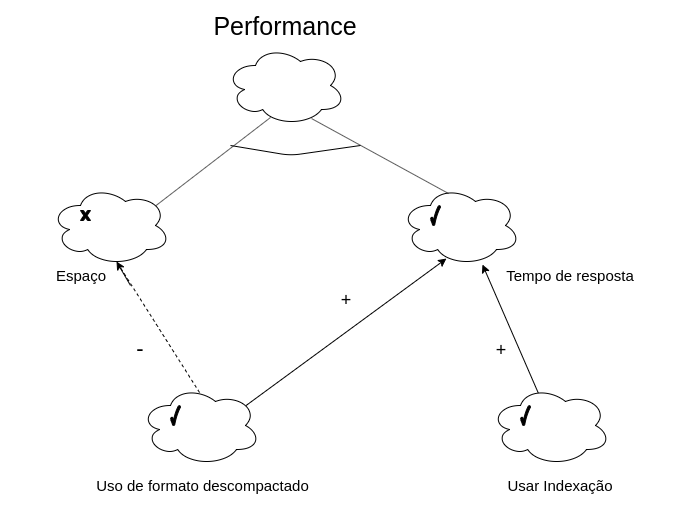
Above: twitter_docs/modelagem/NFR/images/NFR-Performance.png in me42th/2019.2-Twitter (draw.io), before the change. Source tidied: cells renumbered, new cells last; positions are measured from the earlier drawing's top-left corner, leaving out a move shared by most shapes. Source of this version:
```xml
<mxGraphModel>
  <root>
    <mxCell id="0" />
    <mxCell id="1" parent="0" />
    <mxCell id="2" style="rounded=0;whiteSpace=wrap;html=1;fillColor=#FFFFFF;fontSize=30;fontColor=#FFFFFF;strokeColor=#FFFFFF;" parent="1" vertex="1">
      <mxGeometry x="10" width="670" height="530" as="geometry" />
    </mxCell>
    <mxCell id="3" style="ellipse;shape=cloud;whiteSpace=wrap;html=1;" parent="1" vertex="1">
      <mxGeometry x="225" y="45" width="120" height="80" as="geometry" />
    </mxCell>
    <mxCell id="4" style="ellipse;shape=cloud;whiteSpace=wrap;html=1;" parent="1" vertex="1">
      <mxGeometry x="50" y="185" width="120" height="80" as="geometry" />
    </mxCell>
    <mxCell id="5" style="ellipse;shape=cloud;whiteSpace=wrap;html=1;" parent="1" vertex="1">
      <mxGeometry x="400" y="185" width="120" height="80" as="geometry" />
    </mxCell>
    <mxCell id="6" style="ellipse;shape=cloud;whiteSpace=wrap;html=1;" parent="1" vertex="1">
      <mxGeometry x="140" y="385" width="120" height="80" as="geometry" />
    </mxCell>
    <mxCell id="7" value="Performance" style="text;html=1;strokeColor=none;fillColor=none;align=center;verticalAlign=middle;whiteSpace=wrap;rounded=0;fontSize=25;" parent="1" vertex="1">
      <mxGeometry x="140" y="15" width="290" height="20" as="geometry" />
    </mxCell>
    <mxCell id="8" value="Tempo de resposta" style="text;html=1;strokeColor=none;fillColor=none;align=center;verticalAlign=middle;whiteSpace=wrap;rounded=0;fontSize=15;" parent="1" vertex="1">
      <mxGeometry x="490" y="265" width="160" height="20" as="geometry" />
    </mxCell>
    <mxCell id="9" value="Espaço" style="text;html=1;strokeColor=none;fillColor=none;align=center;verticalAlign=middle;whiteSpace=wrap;rounded=0;fontSize=15;" parent="1" vertex="1">
      <mxGeometry y="265" width="160" height="20" as="geometry" />
    </mxCell>
    <mxCell id="10" value="Uso de formato descompactado" style="text;html=1;strokeColor=none;fillColor=none;align=center;verticalAlign=middle;whiteSpace=wrap;rounded=0;fontSize=15;" parent="1" vertex="1">
      <mxGeometry x="90" y="475" width="225" height="20" as="geometry" />
    </mxCell>
    <mxCell id="11" value="Usar Indexação" style="text;html=1;strokeColor=none;fillColor=none;align=center;verticalAlign=middle;whiteSpace=wrap;rounded=0;fontSize=15;" parent="1" vertex="1">
      <mxGeometry x="480" y="475" width="160" height="20" as="geometry" />
    </mxCell>
    <mxCell id="12" style="endArrow=none;html=1;fontSize=22;exitX=0.88;exitY=0.25;exitDx=0;exitDy=0;exitPerimeter=0;" parent="1" edge="1" source="4">
      <mxGeometry relative="1" as="geometry">
        <mxPoint x="270" y="117" as="targetPoint" />
      </mxGeometry>
    </mxCell>
    <mxCell id="13" style="endArrow=none;html=1;fontSize=22;entryX=0.717;entryY=0.913;entryDx=0;entryDy=0;entryPerimeter=0;exitX=0.4;exitY=0.1;exitDx=0;exitDy=0;exitPerimeter=0;" parent="1" edge="1" source="5" target="3">
      <mxGeometry relative="1" as="geometry" />
    </mxCell>
    <mxCell id="14" style="endArrow=none;html=1;fontSize=22;" parent="1" edge="1">
      <mxGeometry relative="1" as="geometry">
        <mxPoint x="230" y="145" as="sourcePoint" />
        <mxPoint x="360" y="145" as="targetPoint" />
        <Array as="points">
          <mxPoint x="290" y="155" />
        </Array>
      </mxGeometry>
    </mxCell>
    <mxCell id="15" style="endArrow=none;dashed=1;html=1;fontSize=22;exitX=0.492;exitY=0.088;exitDx=0;exitDy=0;exitPerimeter=0;entryX=0.55;entryY=0.95;entryDx=0;entryDy=0;entryPerimeter=0;" parent="1" edge="1" source="6" target="4">
      <mxGeometry relative="1" as="geometry" />
    </mxCell>
    <mxCell id="16" style="endArrow=classic;html=1;fontSize=22;" parent="1" edge="1">
      <mxGeometry relative="1" as="geometry">
        <mxPoint x="130" y="285" as="sourcePoint" />
        <mxPoint x="116" y="261" as="targetPoint" />
      </mxGeometry>
    </mxCell>
    <mxCell id="17" style="endArrow=classic;html=1;fontSize=22;exitX=0.88;exitY=0.25;exitDx=0;exitDy=0;exitPerimeter=0;entryX=0.383;entryY=0.913;entryDx=0;entryDy=0;entryPerimeter=0;" parent="1" edge="1" source="6" target="5">
      <mxGeometry relative="1" as="geometry" />
    </mxCell>
    <mxCell id="18" style="endArrow=classic;html=1;fontSize=22;exitX=0.4;exitY=0.1;exitDx=0;exitDy=0;exitPerimeter=0;entryX=0.683;entryY=0.988;entryDx=0;entryDy=0;entryPerimeter=0;" parent="1" edge="1" source="19" target="5">
      <mxGeometry relative="1" as="geometry" />
    </mxCell>
    <mxCell id="19" style="ellipse;shape=cloud;whiteSpace=wrap;html=1;fontSize=22;" parent="1" vertex="1">
      <mxGeometry x="490" y="385" width="120" height="80" as="geometry" />
    </mxCell>
    <mxCell id="20" style="verticalLabelPosition=bottom;verticalAlign=top;html=1;shape=mxgraph.basic.tick;fontSize=22;fillColor=#000000;" parent="1" vertex="1">
      <mxGeometry x="170" y="405" width="10" height="20" as="geometry" />
    </mxCell>
    <mxCell id="21" style="verticalLabelPosition=bottom;verticalAlign=top;html=1;shape=mxgraph.basic.tick;fontSize=22;fillColor=#000000;" parent="1" vertex="1">
      <mxGeometry x="430" y="205" width="10" height="20" as="geometry" />
    </mxCell>
    <mxCell id="22" style="verticalLabelPosition=bottom;verticalAlign=top;html=1;shape=mxgraph.basic.tick;fontSize=22;fillColor=#000000;" parent="1" vertex="1">
      <mxGeometry x="520" y="405" width="10" height="20" as="geometry" />
    </mxCell>
    <mxCell id="23" style="verticalLabelPosition=bottom;verticalAlign=top;html=1;shape=mxgraph.basic.x;fontSize=22;fillColor=#000000;" parent="1" vertex="1">
      <mxGeometry x="80" y="210" width="10" height="10" as="geometry" />
    </mxCell>
    <mxCell id="24" value="&lt;font style=&quot;font-size: 22px&quot;&gt;-&lt;/font&gt;" style="text;html=1;strokeColor=none;fillColor=none;align=center;verticalAlign=middle;whiteSpace=wrap;rounded=0;fontSize=30;" parent="1" vertex="1">
      <mxGeometry x="120" y="335" width="40" height="20" as="geometry" />
    </mxCell>
    <mxCell id="25" value="&lt;font style=&quot;font-size: 18px&quot;&gt;+&lt;/font&gt;" style="text;html=1;strokeColor=none;fillColor=none;align=center;verticalAlign=middle;whiteSpace=wrap;rounded=0;fontSize=30;" parent="1" vertex="1">
      <mxGeometry x="325" y="285" width="40" height="20" as="geometry" />
    </mxCell>
    <mxCell id="26" value="&lt;font style=&quot;font-size: 18px&quot;&gt;+&lt;/font&gt;" style="text;html=1;strokeColor=none;fillColor=none;align=center;verticalAlign=middle;whiteSpace=wrap;rounded=0;fontSize=30;" parent="1" vertex="1">
      <mxGeometry x="480" y="335" width="40" height="20" as="geometry" />
    </mxCell>
  </root>
</mxGraphModel>
```
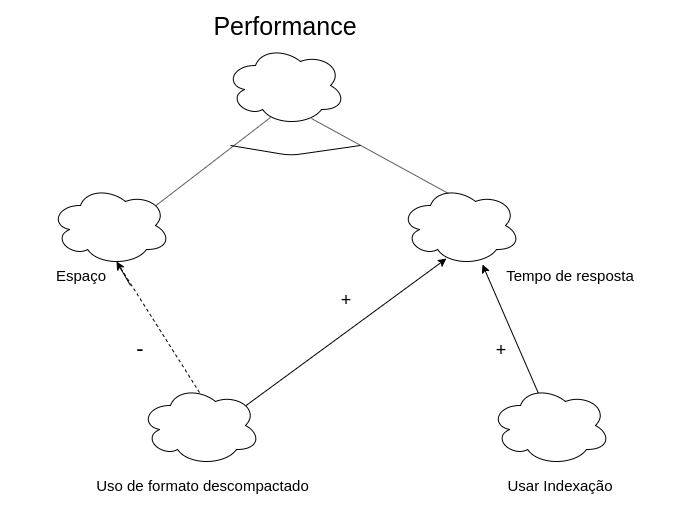
Later version of the same file.

Commit message:
Atualização de nfr de performance

Change to the diagram source:
```diff
@@ -67,18 +67,6 @@
     <mxCell id="19" style="ellipse;shape=cloud;whiteSpace=wrap;html=1;fontSize=22;" parent="1" vertex="1">
       <mxGeometry x="490" y="385" width="120" height="80" as="geometry" />
     </mxCell>
-    <mxCell id="20" style="verticalLabelPosition=bottom;verticalAlign=top;html=1;shape=mxgraph.basic.tick;fontSize=22;fillColor=#000000;" parent="1" vertex="1">
-      <mxGeometry x="170" y="405" width="10" height="20" as="geometry" />
-    </mxCell>
-    <mxCell id="21" style="verticalLabelPosition=bottom;verticalAlign=top;html=1;shape=mxgraph.basic.tick;fontSize=22;fillColor=#000000;" parent="1" vertex="1">
-      <mxGeometry x="430" y="205" width="10" height="20" as="geometry" />
-    </mxCell>
-    <mxCell id="22" style="verticalLabelPosition=bottom;verticalAlign=top;html=1;shape=mxgraph.basic.tick;fontSize=22;fillColor=#000000;" parent="1" vertex="1">
-      <mxGeometry x="520" y="405" width="10" height="20" as="geometry" />
-    </mxCell>
-    <mxCell id="23" style="verticalLabelPosition=bottom;verticalAlign=top;html=1;shape=mxgraph.basic.x;fontSize=22;fillColor=#000000;" parent="1" vertex="1">
-      <mxGeometry x="80" y="210" width="10" height="10" as="geometry" />
-    </mxCell>
     <mxCell id="24" value="&lt;font style=&quot;font-size: 22px&quot;&gt;-&lt;/font&gt;" style="text;html=1;strokeColor=none;fillColor=none;align=center;verticalAlign=middle;whiteSpace=wrap;rounded=0;fontSize=30;" parent="1" vertex="1">
       <mxGeometry x="120" y="335" width="40" height="20" as="geometry" />
     </mxCell>
```
